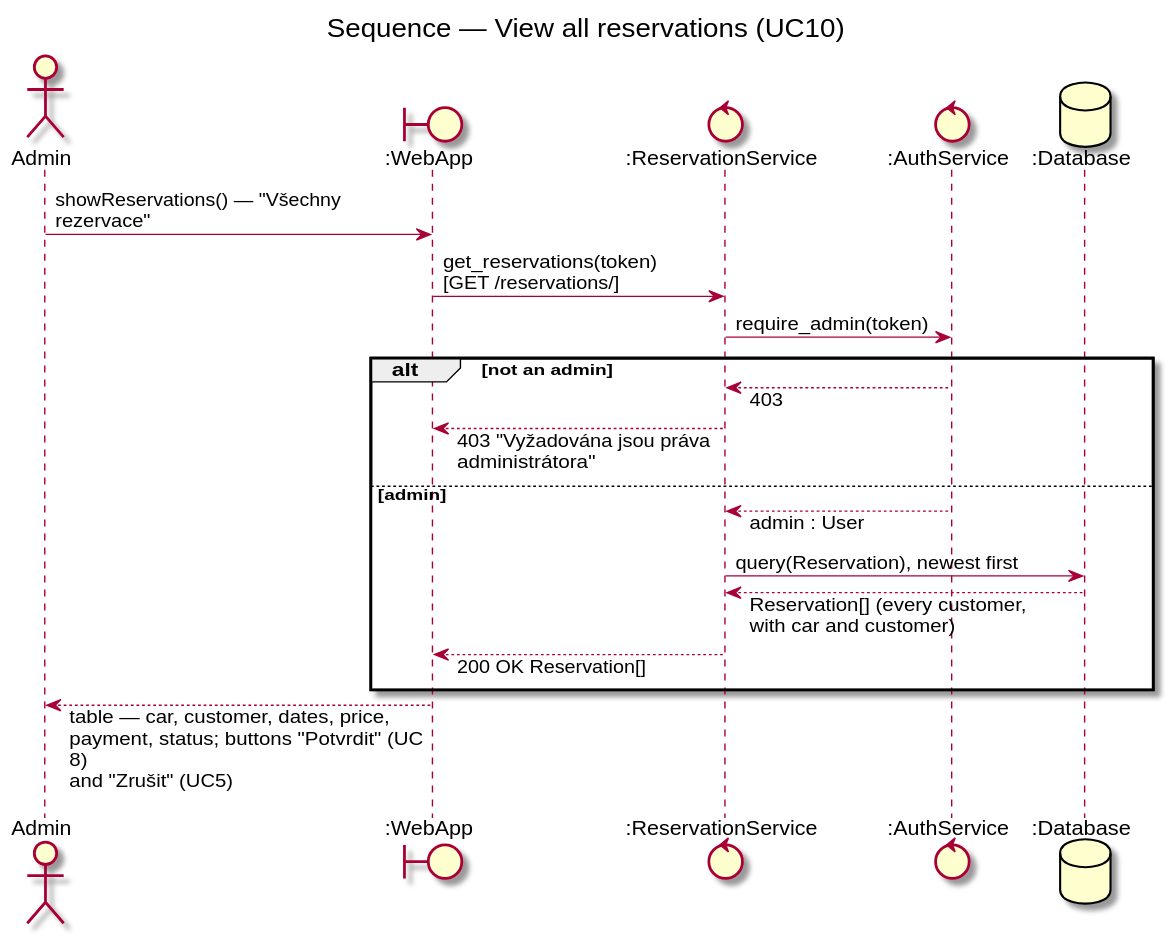
Above: docs/diagrams/sequence-view-all-reservations.svg in DavidMagyarics/CarRentalVSB (PlantUML), before the change.
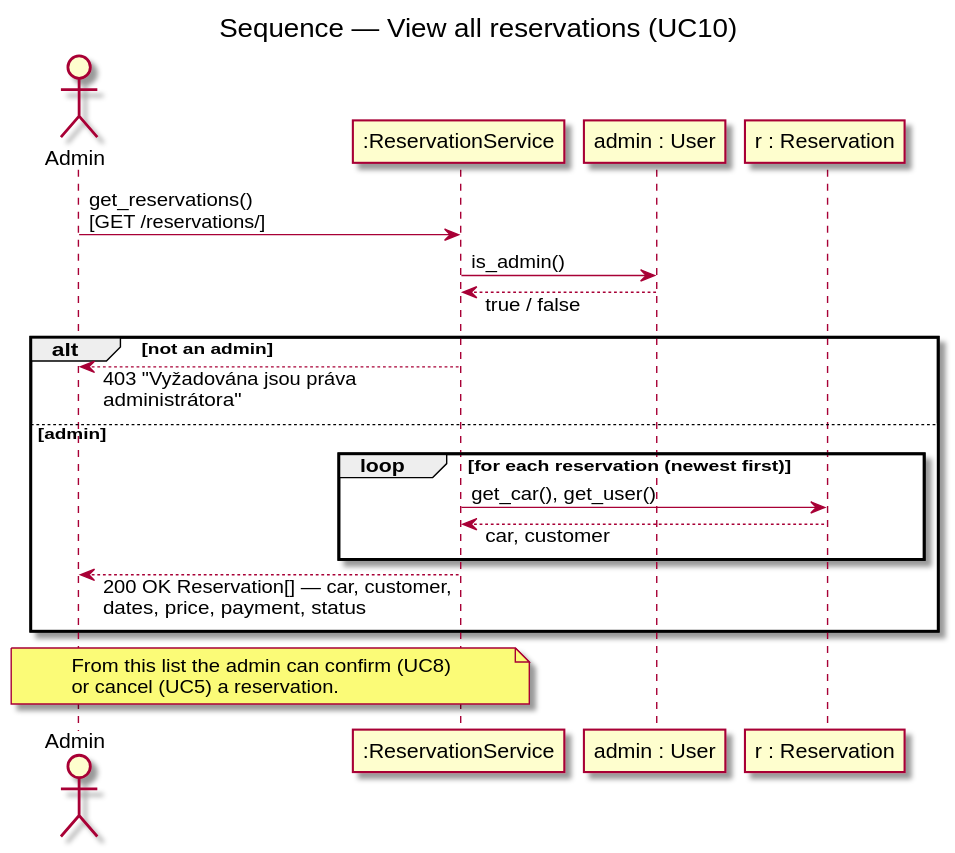
After the change.

What changed in the source:
```diff
@@ -4,24 +4,26 @@
 skinparam maxMessageSize 260
 title Sequence — View all reservations (UC10)
 actor Admin
-boundary ":WebApp" as Web
-control ":ReservationService" as Res
-control ":AuthService" as Auth
-database ":Database" as DB
+participant ":ReservationService" as Res
+participant "admin : User" as A
+participant "r : Reservation" as R
 
-Admin -> Web : showReservations() — "Všechny rezervace"
-Web -> Res : get_reservations(token)\n[GET /reservations/]
-Res -> Auth : require_admin(token)
+Admin -> Res : get_reservations()\n[GET /reservations/]
+Res -> A : is_admin()
+A --> Res : true / false
 
 alt not an admin
-  Auth --> Res : 403
-  Res --> Web : 403 "Vyžadována jsou práva administrátora"
+  Res --> Admin : 403 "Vyžadována jsou práva administrátora"
 else admin
-  Auth --> Res : admin : User
-  Res -> DB : query(Reservation), newest first
-  DB --> Res : Reservation[] (every customer,\nwith car and customer)
-  Res --> Web : 200 OK Reservation[]
+  loop for each reservation (newest first)
+    Res -> R : get_car(), get_user()
+    R --> Res : car, customer
+  end
+  Res --> Admin : 200 OK Reservation[] — car, customer,\ndates, price, payment, status
 end
 
-Web --> Admin : table — car, customer, dates, price,\npayment, status; buttons "Potvrdit" (UC8)\nand "Zrušit" (UC5)
+note over Admin, Res
+  From this list the admin can confirm (UC8)
+  or cancel (UC5) a reservation.
+end note
 @enduml
```
